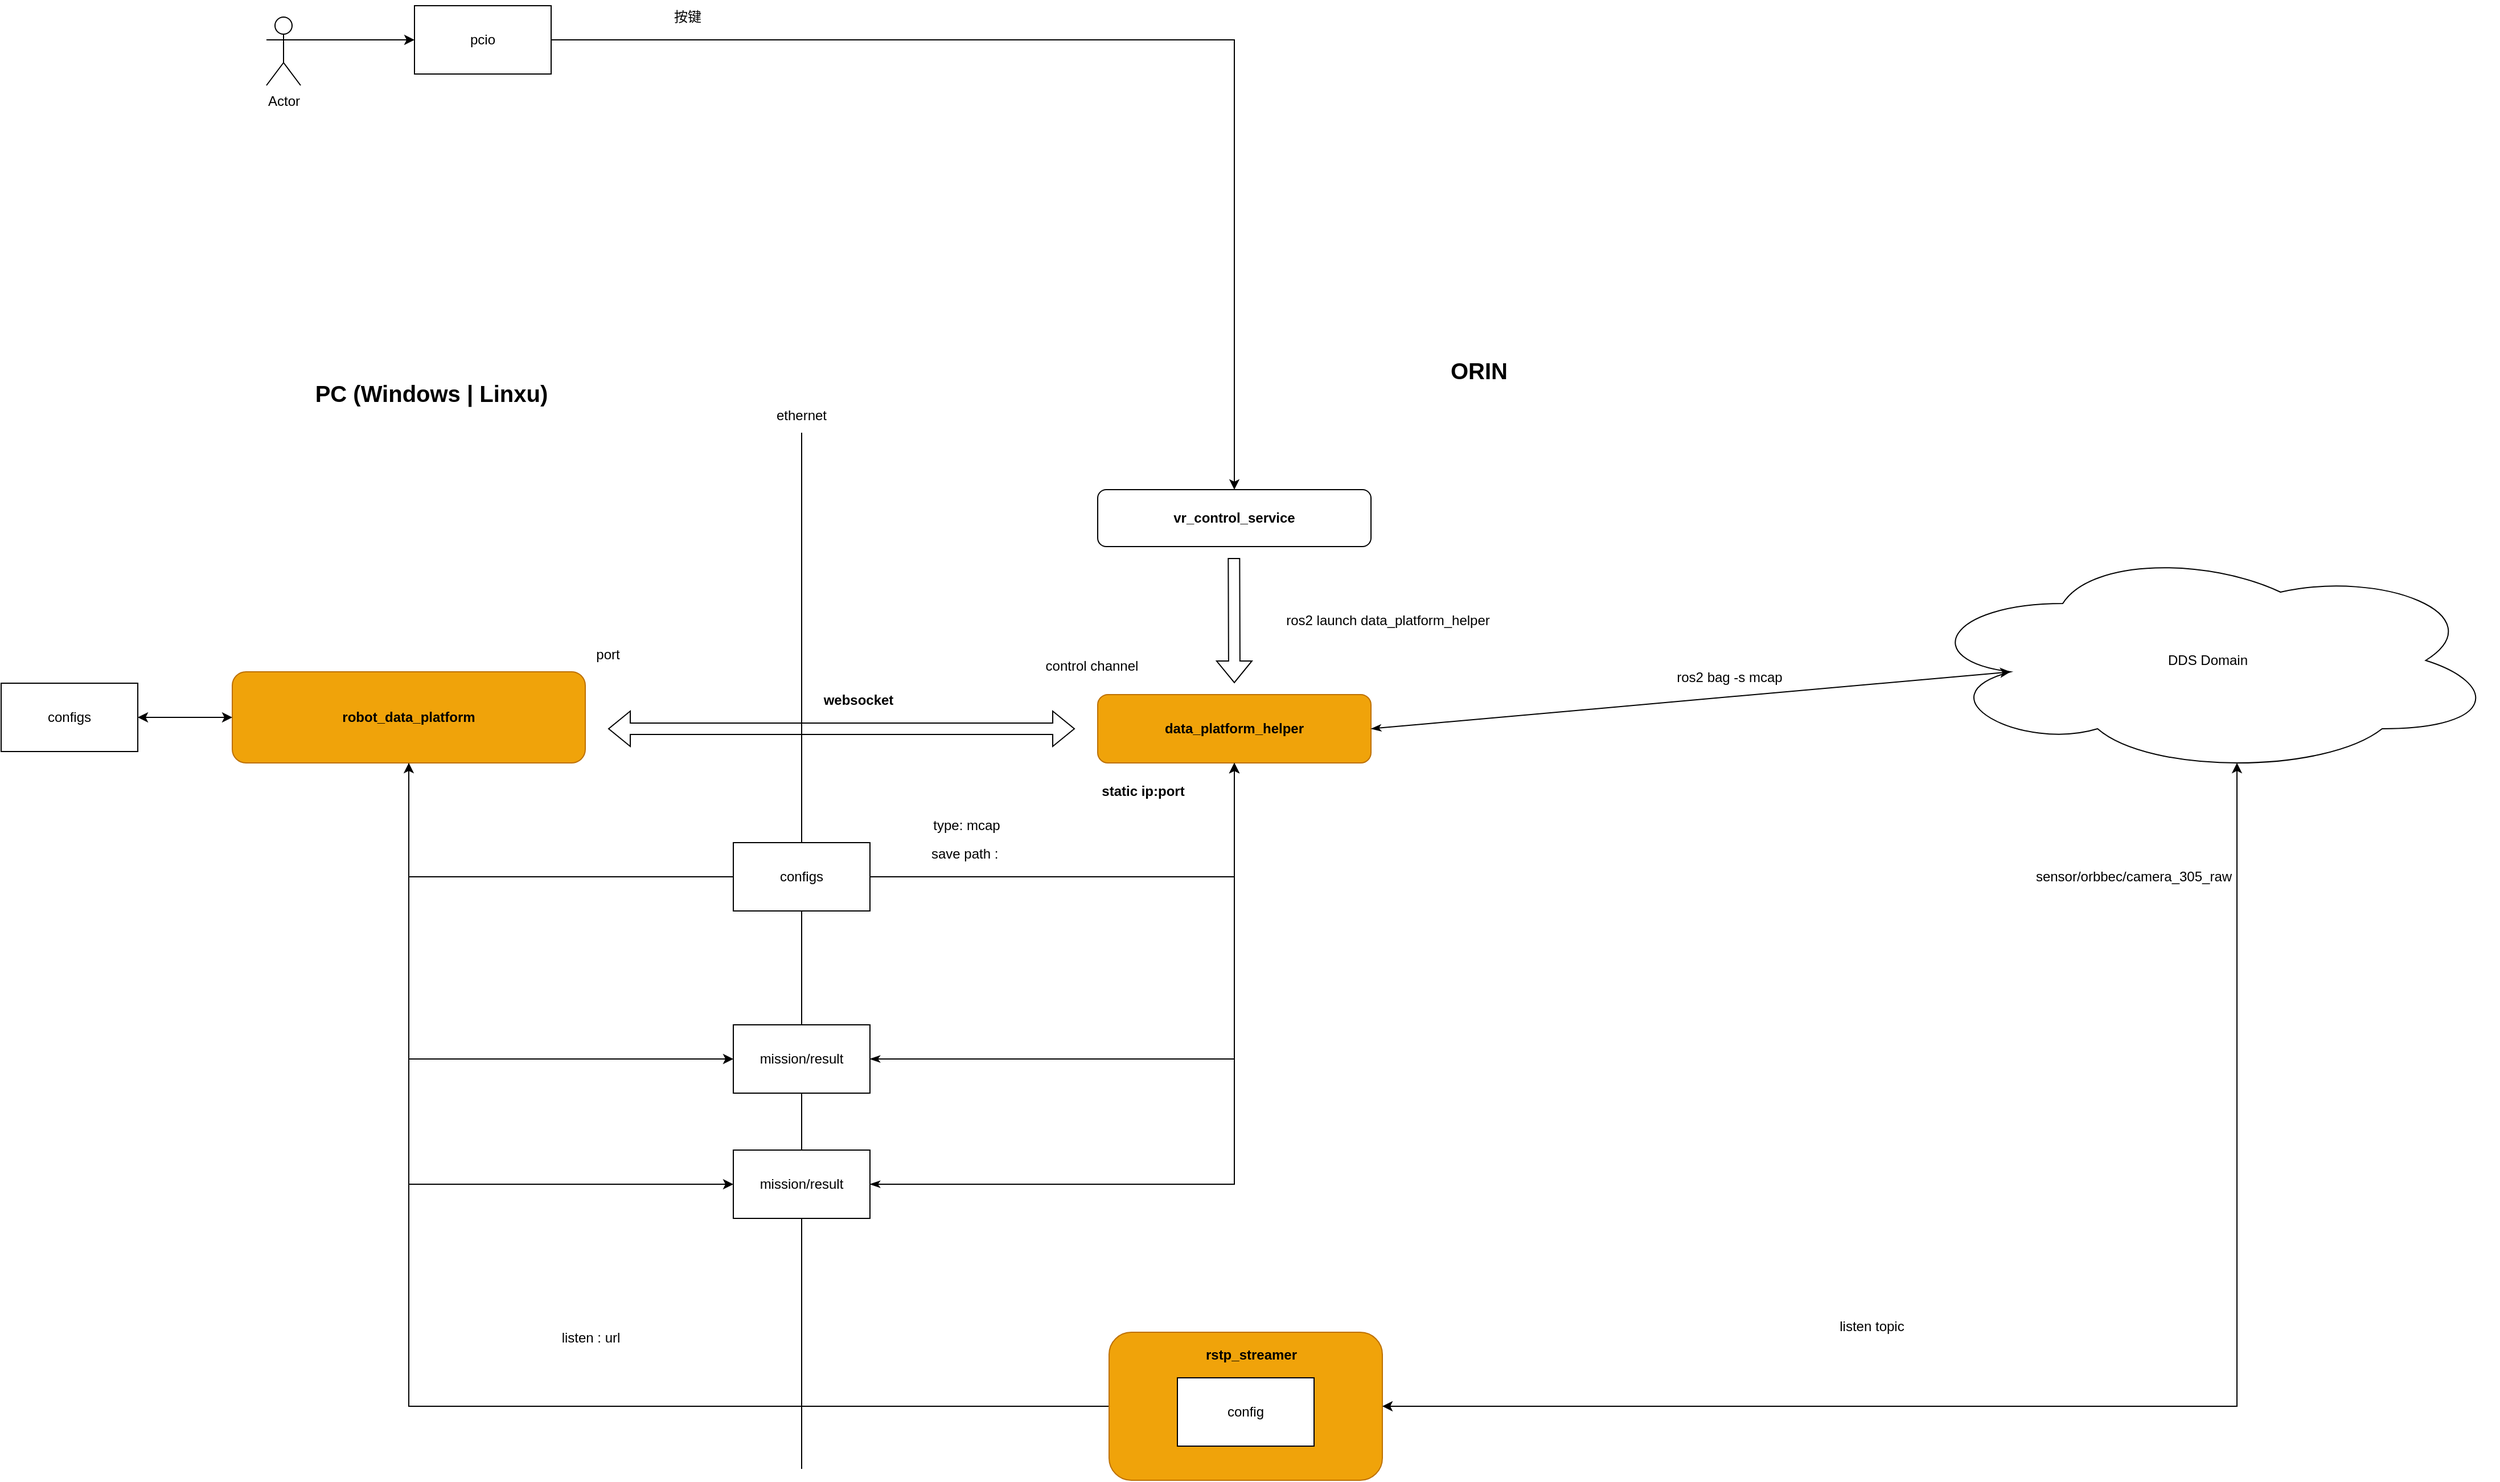
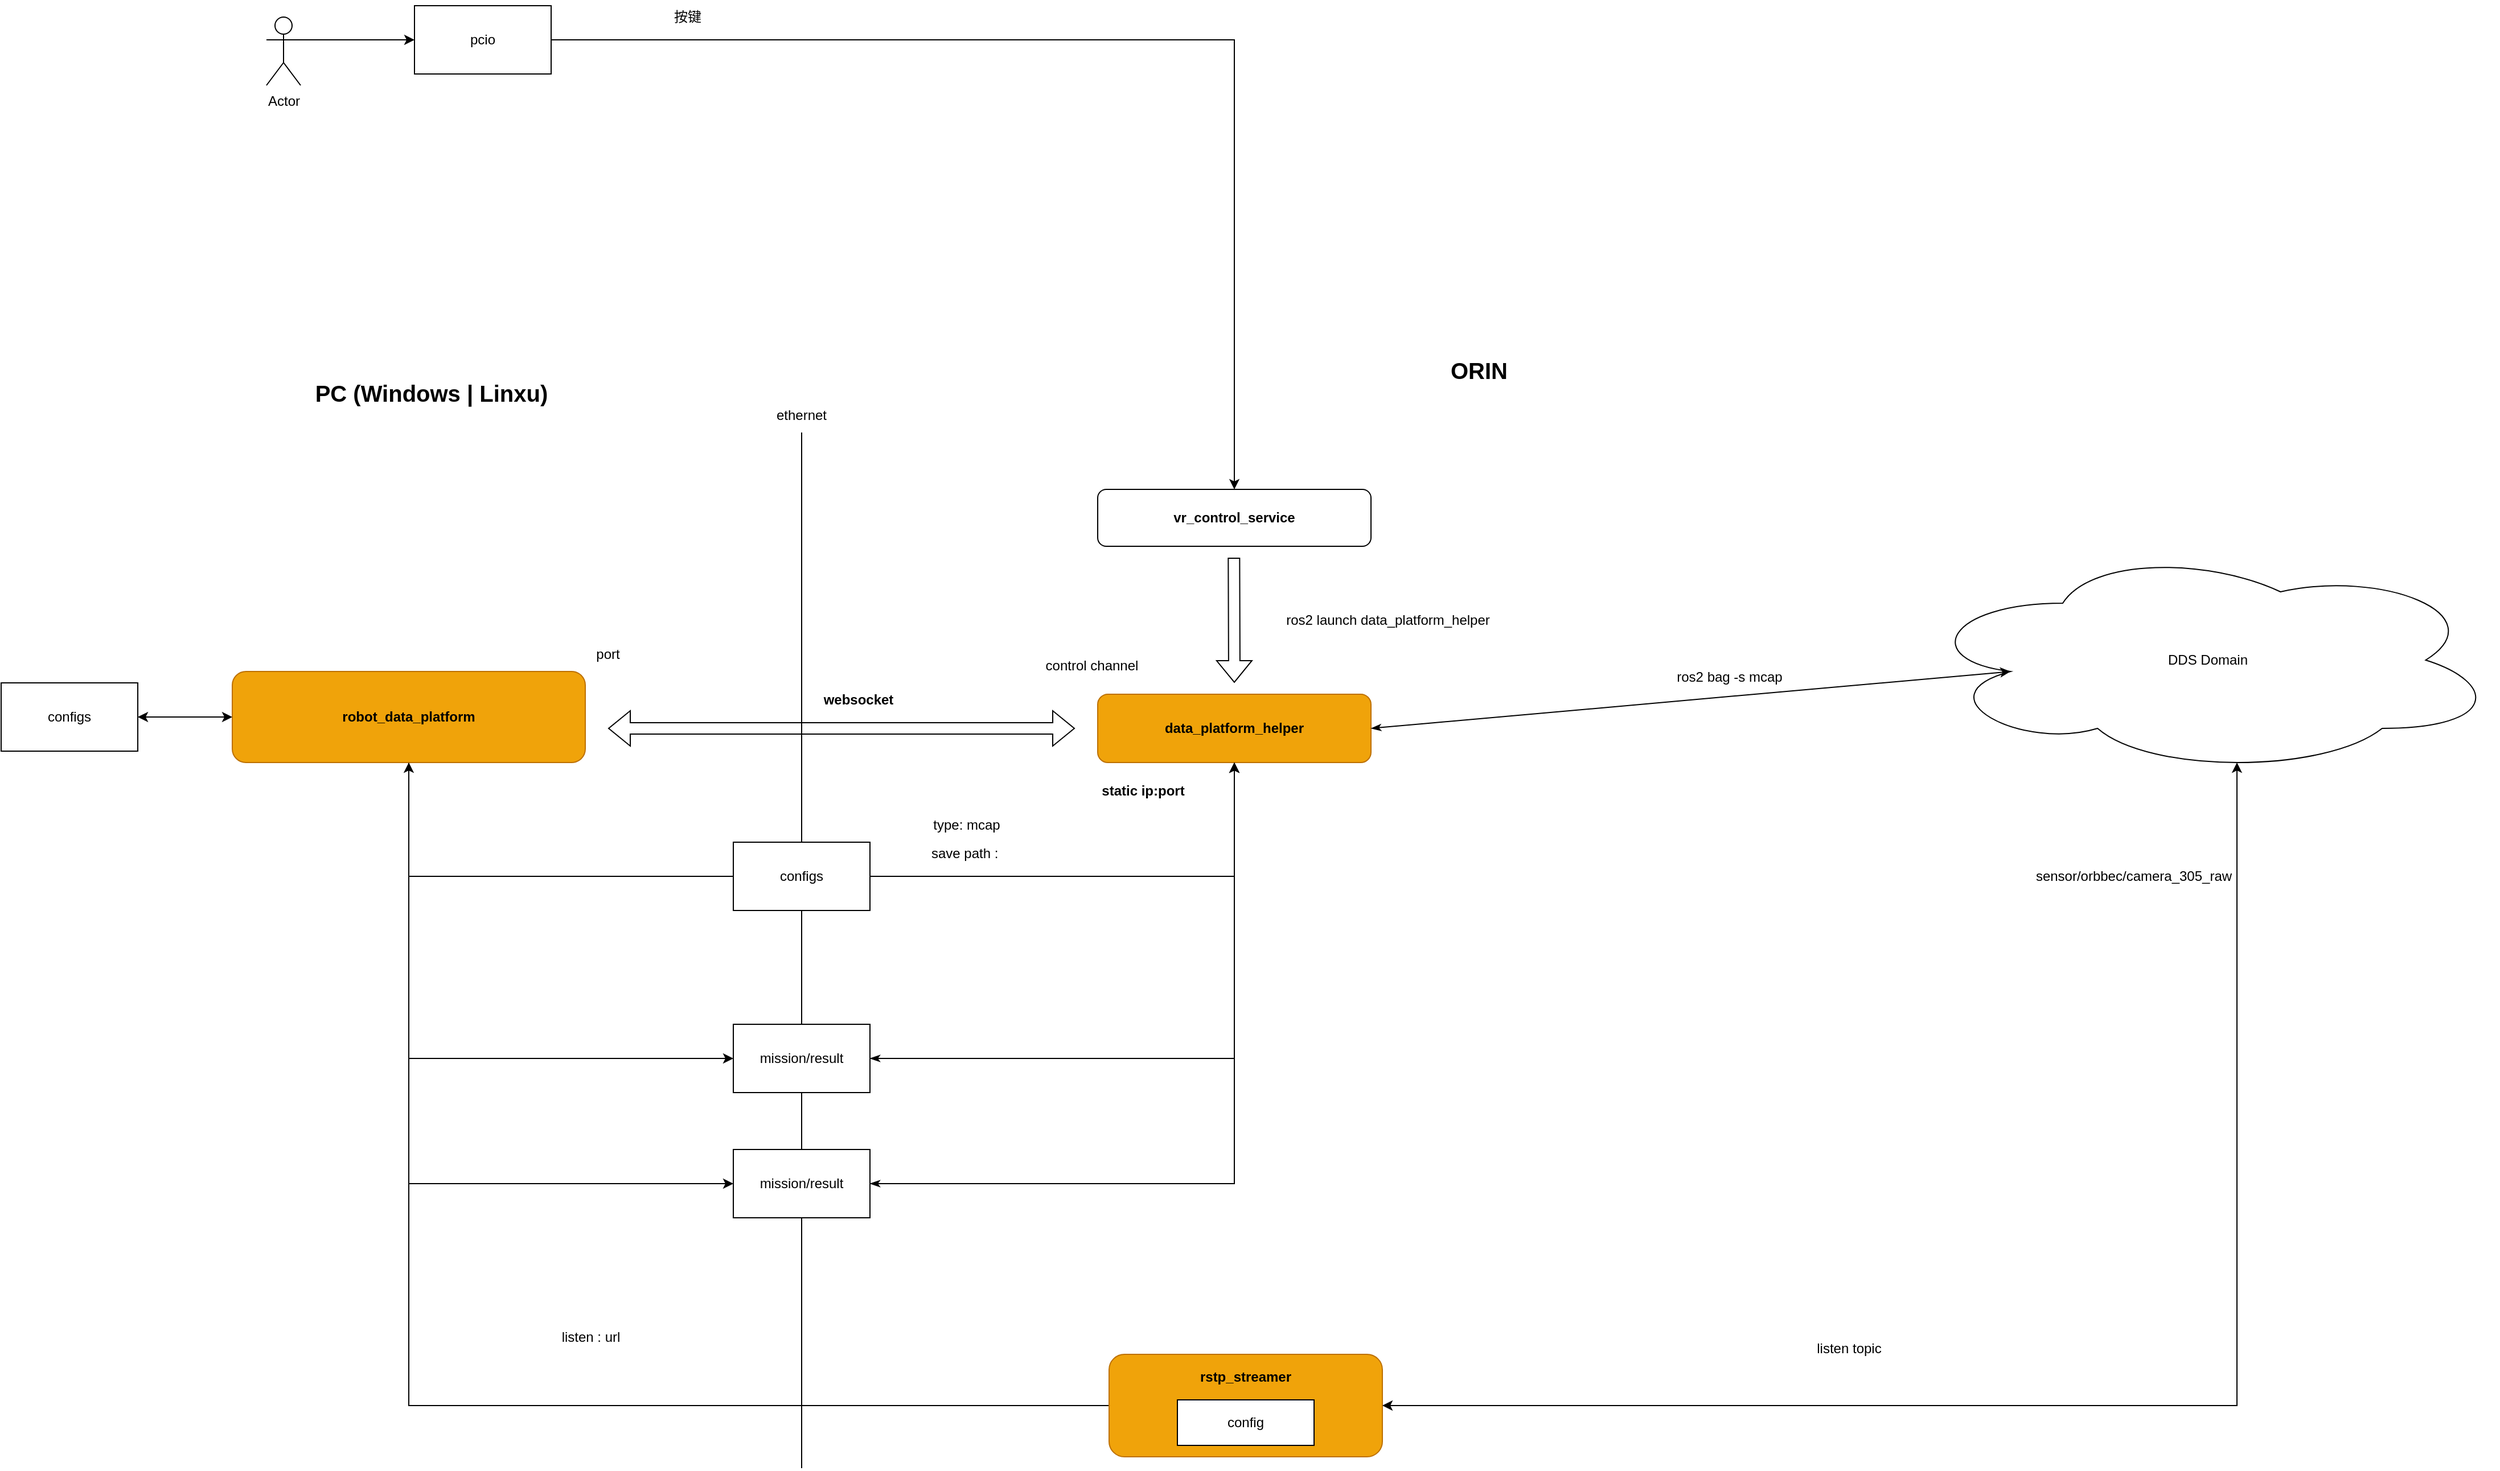
<mxfile host="app.diagrams.net" pages="2">
  <diagram name="第 1 页" id="ybuJFLsuspTRZjUBc2Sj">
    <mxGraphModel dx="2377" dy="1992" grid="1" gridSize="10" guides="1" tooltips="1" connect="1" arrows="1" fold="1" page="1" pageScale="1" pageWidth="827" pageHeight="1169" math="0" shadow="0">
      <root>
        <mxCell id="0" />
        <mxCell id="1" parent="0" />
        <mxCell id="PG_7JgB4xY41xIrBQNpI-2" parent="1" style="text;html=1;whiteSpace=wrap;strokeColor=none;fillColor=none;align=center;verticalAlign=middle;rounded=0;fontStyle=1;fontSize=20;" value="ORIN" vertex="1">
          <mxGeometry height="50" width="250" x="640" y="150" as="geometry" />
        </mxCell>
        <mxCell id="PG_7JgB4xY41xIrBQNpI-3" edge="1" parent="1" source="PG_7JgB4xY41xIrBQNpI-25" style="endArrow=none;html=1;rounded=0;" value="">
          <mxGeometry height="50" relative="1" width="50" as="geometry">
            <mxPoint x="170" y="1140" as="sourcePoint" />
            <mxPoint x="170" y="230" as="targetPoint" />
          </mxGeometry>
        </mxCell>
        <mxCell id="PG_7JgB4xY41xIrBQNpI-4" parent="1" style="rounded=1;whiteSpace=wrap;html=1;fontStyle=1;fillColor=#f0a30a;fontColor=#000000;strokeColor=#BD7000;" value="data_platform_helper" vertex="1">
          <mxGeometry height="60" width="240" x="430" y="460" as="geometry" />
        </mxCell>
        <mxCell id="PG_7JgB4xY41xIrBQNpI-6" parent="1" style="rounded=1;whiteSpace=wrap;html=1;fontStyle=1" value="vr_control_service" vertex="1">
          <mxGeometry height="50" width="240" x="430" y="280" as="geometry" />
        </mxCell>
        <mxCell id="PG_7JgB4xY41xIrBQNpI-26" edge="1" parent="1" source="PG_7JgB4xY41xIrBQNpI-7" style="edgeStyle=orthogonalEdgeStyle;rounded=0;orthogonalLoop=1;jettySize=auto;html=1;exitX=0.5;exitY=1;exitDx=0;exitDy=0;entryX=0.5;entryY=1;entryDx=0;entryDy=0;" target="PG_7JgB4xY41xIrBQNpI-4">
          <mxGeometry relative="1" as="geometry">
            <Array as="points">
              <mxPoint x="-175" y="620" />
              <mxPoint x="550" y="620" />
            </Array>
            <mxPoint x="380" y="730" as="targetPoint" />
          </mxGeometry>
        </mxCell>
        <mxCell id="PG_7JgB4xY41xIrBQNpI-33" edge="1" parent="1" source="PG_7JgB4xY41xIrBQNpI-7" style="edgeStyle=orthogonalEdgeStyle;rounded=0;orthogonalLoop=1;jettySize=auto;html=1;exitX=0.5;exitY=1;exitDx=0;exitDy=0;entryX=0;entryY=0.5;entryDx=0;entryDy=0;" target="PG_7JgB4xY41xIrBQNpI-32">
          <mxGeometry relative="1" as="geometry" />
        </mxCell>
        <mxCell id="PG_7JgB4xY41xIrBQNpI-48" edge="1" parent="1" source="PG_7JgB4xY41xIrBQNpI-7" style="edgeStyle=orthogonalEdgeStyle;rounded=0;orthogonalLoop=1;jettySize=auto;html=1;exitX=0.5;exitY=1;exitDx=0;exitDy=0;entryX=0;entryY=0.5;entryDx=0;entryDy=0;" target="PG_7JgB4xY41xIrBQNpI-38">
          <mxGeometry relative="1" as="geometry" />
        </mxCell>
        <mxCell id="PG_7JgB4xY41xIrBQNpI-7" parent="1" style="rounded=1;whiteSpace=wrap;html=1;fontStyle=1;fillColor=#f0a30a;fontColor=#000000;strokeColor=#BD7000;" value="robot_data_platform" vertex="1">
          <mxGeometry height="80" width="310" x="-330" y="440" as="geometry" />
        </mxCell>
        <mxCell id="PG_7JgB4xY41xIrBQNpI-8" parent="1" style="text;html=1;whiteSpace=wrap;strokeColor=none;fillColor=none;align=center;verticalAlign=middle;rounded=0;fontStyle=1;fontSize=20;" value="PC (Windows | Linxu)" vertex="1">
          <mxGeometry height="50" width="250" x="-280" y="170" as="geometry" />
        </mxCell>
        <mxCell id="PG_7JgB4xY41xIrBQNpI-10" edge="1" parent="1" style="shape=flexArrow;endArrow=classic;startArrow=classic;html=1;rounded=0;" value="">
          <mxGeometry height="100" relative="1" width="100" as="geometry">
            <mxPoint y="490" as="sourcePoint" />
            <mxPoint x="410" y="490" as="targetPoint" />
          </mxGeometry>
        </mxCell>
        <mxCell id="PG_7JgB4xY41xIrBQNpI-12" edge="1" parent="1" style="shape=flexArrow;endArrow=classic;html=1;rounded=0;" value="">
          <mxGeometry height="50" relative="1" width="50" as="geometry">
            <mxPoint x="549.66" y="340" as="sourcePoint" />
            <mxPoint x="550" y="450" as="targetPoint" />
          </mxGeometry>
        </mxCell>
        <mxCell id="PG_7JgB4xY41xIrBQNpI-13" parent="1" style="text;html=1;whiteSpace=wrap;strokeColor=none;fillColor=none;align=center;verticalAlign=middle;rounded=0;fontStyle=1" value="websocket" vertex="1">
          <mxGeometry height="30" width="80" x="180" y="450" as="geometry" />
        </mxCell>
        <mxCell id="PG_7JgB4xY41xIrBQNpI-14" parent="1" style="text;html=1;whiteSpace=wrap;strokeColor=none;fillColor=none;align=center;verticalAlign=middle;rounded=0;" value="ethernet" vertex="1">
          <mxGeometry height="30" width="60" x="140" y="200" as="geometry" />
        </mxCell>
        <mxCell id="PG_7JgB4xY41xIrBQNpI-18" edge="1" parent="1" source="PG_7JgB4xY41xIrBQNpI-15" style="edgeStyle=orthogonalEdgeStyle;rounded=0;orthogonalLoop=1;jettySize=auto;html=1;exitX=1;exitY=0.3333333333333333;exitDx=0;exitDy=0;exitPerimeter=0;entryX=0;entryY=0.5;entryDx=0;entryDy=0;" target="PG_7JgB4xY41xIrBQNpI-16">
          <mxGeometry relative="1" as="geometry" />
        </mxCell>
        <mxCell id="PG_7JgB4xY41xIrBQNpI-15" parent="1" style="shape=umlActor;verticalLabelPosition=bottom;verticalAlign=top;html=1;outlineConnect=0;" value="Actor" vertex="1">
          <mxGeometry height="60" width="30" x="-300" y="-135" as="geometry" />
        </mxCell>
        <mxCell id="PG_7JgB4xY41xIrBQNpI-19" edge="1" parent="1" source="PG_7JgB4xY41xIrBQNpI-16" style="edgeStyle=orthogonalEdgeStyle;rounded=0;orthogonalLoop=1;jettySize=auto;html=1;exitX=1;exitY=0.5;exitDx=0;exitDy=0;entryX=0.5;entryY=0;entryDx=0;entryDy=0;" target="PG_7JgB4xY41xIrBQNpI-6">
          <mxGeometry relative="1" as="geometry" />
        </mxCell>
        <mxCell id="PG_7JgB4xY41xIrBQNpI-16" parent="1" style="whiteSpace=wrap;html=1;" value="pcio" vertex="1">
          <mxGeometry height="60" width="120" x="-170" y="-145" as="geometry" />
        </mxCell>
        <mxCell id="PG_7JgB4xY41xIrBQNpI-20" parent="1" style="text;html=1;whiteSpace=wrap;strokeColor=none;fillColor=none;align=center;verticalAlign=middle;rounded=0;" value="ros2 launch data_platform_helper" vertex="1">
          <mxGeometry height="30" width="230" x="570" y="380" as="geometry" />
        </mxCell>
        <mxCell id="PG_7JgB4xY41xIrBQNpI-21" parent="1" style="text;html=1;whiteSpace=wrap;strokeColor=none;fillColor=none;align=center;verticalAlign=middle;rounded=0;" value="control channel" vertex="1">
          <mxGeometry height="30" width="110" x="370" y="420" as="geometry" />
        </mxCell>
        <mxCell id="PG_7JgB4xY41xIrBQNpI-22" parent="1" style="text;html=1;whiteSpace=wrap;strokeColor=none;fillColor=none;align=center;verticalAlign=middle;rounded=0;" value="port" vertex="1">
          <mxGeometry height="30" width="60" x="-30" y="410" as="geometry" />
        </mxCell>
        <mxCell id="PG_7JgB4xY41xIrBQNpI-23" parent="1" style="text;html=1;whiteSpace=wrap;strokeColor=none;fillColor=none;align=center;verticalAlign=middle;rounded=0;fontStyle=1" value="static ip:port" vertex="1">
          <mxGeometry height="30" width="100" x="420" y="530" as="geometry" />
        </mxCell>
        <mxCell id="PG_7JgB4xY41xIrBQNpI-29" parent="1" style="text;html=1;whiteSpace=wrap;strokeColor=none;fillColor=none;align=center;verticalAlign=middle;rounded=0;" value="listen topic" vertex="1">
-           <mxGeometry height="50" width="200" x="1010" y="990" as="geometry" />
+           <mxGeometry height="50" width="200" x="990" y="1010" as="geometry" />
        </mxCell>
        <mxCell id="PG_7JgB4xY41xIrBQNpI-31" parent="1" style="ellipse;shape=cloud;whiteSpace=wrap;html=1;align=center;" value="DDS Domain" vertex="1">
          <mxGeometry height="200" width="510" x="1150" y="330" as="geometry" />
        </mxCell>
        <mxCell id="PG_7JgB4xY41xIrBQNpI-34" edge="1" parent="1" source="PG_7JgB4xY41xIrBQNpI-32" style="edgeStyle=orthogonalEdgeStyle;rounded=0;orthogonalLoop=1;jettySize=auto;html=1;exitX=1;exitY=0.5;exitDx=0;exitDy=0;entryX=0.5;entryY=1;entryDx=0;entryDy=0;startArrow=classicThin;startFill=1;" target="PG_7JgB4xY41xIrBQNpI-4">
          <mxGeometry relative="1" as="geometry" />
        </mxCell>
        <mxCell id="PG_7JgB4xY41xIrBQNpI-35" edge="1" parent="1" source="PG_7JgB4xY41xIrBQNpI-4" style="endArrow=classic;html=1;rounded=0;exitX=1;exitY=0.5;exitDx=0;exitDy=0;entryX=0.16;entryY=0.55;entryDx=0;entryDy=0;entryPerimeter=0;startArrow=classicThin;startFill=1;" target="PG_7JgB4xY41xIrBQNpI-31" value="">
          <mxGeometry height="50" relative="1" width="50" as="geometry">
            <mxPoint x="810" y="570" as="sourcePoint" />
            <mxPoint x="1326" y="490" as="targetPoint" />
          </mxGeometry>
        </mxCell>
        <mxCell id="PG_7JgB4xY41xIrBQNpI-36" parent="1" style="text;html=1;whiteSpace=wrap;strokeColor=none;fillColor=none;align=center;verticalAlign=middle;rounded=0;" value="ros2 bag -s mcap" vertex="1">
          <mxGeometry height="30" width="130" x="920" y="430" as="geometry" />
        </mxCell>
        <mxCell id="PG_7JgB4xY41xIrBQNpI-37" parent="1" style="text;html=1;whiteSpace=wrap;strokeColor=none;fillColor=none;align=center;verticalAlign=middle;rounded=0;" value="save path :&amp;nbsp;" vertex="1">
          <mxGeometry height="30" width="130" x="250" y="585" as="geometry" />
        </mxCell>
        <mxCell id="PG_7JgB4xY41xIrBQNpI-40" edge="1" parent="1" source="PG_7JgB4xY41xIrBQNpI-39" style="edgeStyle=orthogonalEdgeStyle;rounded=0;orthogonalLoop=1;jettySize=auto;html=1;startArrow=classic;startFill=1;" target="PG_7JgB4xY41xIrBQNpI-7" value="">
          <mxGeometry relative="1" as="geometry" />
        </mxCell>
        <mxCell id="PG_7JgB4xY41xIrBQNpI-39" parent="1" style="whiteSpace=wrap;html=1;" value="configs" vertex="1">
          <mxGeometry height="60" width="120" x="-533" y="450" as="geometry" />
        </mxCell>
        <mxCell id="PG_7JgB4xY41xIrBQNpI-41" edge="1" parent="1" style="endArrow=none;html=1;rounded=0;" target="PG_7JgB4xY41xIrBQNpI-25" value="">
          <mxGeometry height="50" relative="1" width="50" as="geometry">
            <mxPoint x="170" y="1140" as="sourcePoint" />
            <mxPoint x="170" y="230" as="targetPoint" />
          </mxGeometry>
        </mxCell>
        <mxCell id="PG_7JgB4xY41xIrBQNpI-25" parent="1" style="whiteSpace=wrap;html=1;" value="configs" vertex="1">
          <mxGeometry height="60" width="120" x="110" y="590" as="geometry" />
        </mxCell>
        <mxCell id="PG_7JgB4xY41xIrBQNpI-32" parent="1" style="rounded=0;whiteSpace=wrap;html=1;" value="mission/result" vertex="1">
          <mxGeometry height="60" width="120" x="110" y="750" as="geometry" />
        </mxCell>
        <mxCell id="PG_7JgB4xY41xIrBQNpI-49" edge="1" parent="1" source="PG_7JgB4xY41xIrBQNpI-38" style="edgeStyle=orthogonalEdgeStyle;rounded=0;orthogonalLoop=1;jettySize=auto;html=1;exitX=1;exitY=0.5;exitDx=0;exitDy=0;entryX=0.5;entryY=1;entryDx=0;entryDy=0;startArrow=classicThin;startFill=1;" target="PG_7JgB4xY41xIrBQNpI-4">
          <mxGeometry relative="1" as="geometry" />
        </mxCell>
        <mxCell id="PG_7JgB4xY41xIrBQNpI-38" parent="1" style="rounded=0;whiteSpace=wrap;html=1;" value="mission/result" vertex="1">
          <mxGeometry height="60" width="120" x="110" y="860" as="geometry" />
        </mxCell>
        <mxCell id="PG_7JgB4xY41xIrBQNpI-42" parent="1" style="text;html=1;whiteSpace=wrap;strokeColor=none;fillColor=none;align=center;verticalAlign=middle;rounded=0;" value="按键" vertex="1">
          <mxGeometry height="30" width="60" x="40" y="-150" as="geometry" />
        </mxCell>
        <mxCell id="PG_7JgB4xY41xIrBQNpI-44" edge="1" parent="1" source="PG_7JgB4xY41xIrBQNpI-43" style="edgeStyle=orthogonalEdgeStyle;rounded=0;orthogonalLoop=1;jettySize=auto;html=1;exitX=0;exitY=0.5;exitDx=0;exitDy=0;entryX=0.5;entryY=1;entryDx=0;entryDy=0;" target="PG_7JgB4xY41xIrBQNpI-7">
          <mxGeometry relative="1" as="geometry" />
        </mxCell>
        <mxCell id="PG_7JgB4xY41xIrBQNpI-43" parent="1" style="rounded=1;whiteSpace=wrap;html=1;fontStyle=1;fillColor=#f0a30a;fontColor=#000000;strokeColor=#BD7000;" value="" vertex="1">
-           <mxGeometry height="130" width="240" x="440" y="1020" as="geometry" />
+           <mxGeometry height="90" width="240" x="440" y="1040" as="geometry" />
        </mxCell>
        <mxCell id="PG_7JgB4xY41xIrBQNpI-45" edge="1" parent="1" source="PG_7JgB4xY41xIrBQNpI-43" style="edgeStyle=orthogonalEdgeStyle;rounded=0;orthogonalLoop=1;jettySize=auto;html=1;exitX=1;exitY=0.5;exitDx=0;exitDy=0;entryX=0.55;entryY=0.95;entryDx=0;entryDy=0;entryPerimeter=0;startArrow=classic;startFill=1;" target="PG_7JgB4xY41xIrBQNpI-31">
          <mxGeometry relative="1" as="geometry" />
        </mxCell>
        <mxCell id="PG_7JgB4xY41xIrBQNpI-53" parent="1" style="text;html=1;whiteSpace=wrap;strokeColor=none;fillColor=none;align=center;verticalAlign=middle;rounded=0;" value="type: mcap" vertex="1">
          <mxGeometry height="30" width="120" x="255" y="560" as="geometry" />
        </mxCell>
        <mxCell id="PG_7JgB4xY41xIrBQNpI-54" parent="1" style="text;html=1;whiteSpace=wrap;strokeColor=none;fillColor=none;align=center;verticalAlign=middle;rounded=0;" value="listen : url" vertex="1">
          <mxGeometry height="40" width="90" x="-60" y="1005" as="geometry" />
        </mxCell>
        <mxCell id="PG_7JgB4xY41xIrBQNpI-55" parent="1" style="text;html=1;whiteSpace=wrap;strokeColor=none;fillColor=none;align=center;verticalAlign=middle;rounded=0;" value="sensor/orbbec/camera_305_raw" vertex="1">
          <mxGeometry height="40" width="180" x="1250" y="600" as="geometry" />
        </mxCell>
        <mxCell id="PG_7JgB4xY41xIrBQNpI-56" parent="1" style="whiteSpace=wrap;html=1;" value="config" vertex="1">
-           <mxGeometry height="60" width="120" x="500" y="1060" as="geometry" />
+           <mxGeometry height="40" width="120" x="500" y="1080" as="geometry" />
        </mxCell>
        <mxCell id="PG_7JgB4xY41xIrBQNpI-60" parent="1" style="text;html=1;whiteSpace=wrap;strokeColor=none;fillColor=none;align=center;verticalAlign=middle;rounded=0;fontStyle=1" value="rstp_streamer" vertex="1">
-           <mxGeometry height="40" width="130" x="500" y="1020" as="geometry" />
+           <mxGeometry height="40" width="130" x="495" y="1040" as="geometry" />
        </mxCell>
      </root>
    </mxGraphModel>
  </diagram>
  <diagram id="ERyvKfnW-TPwMhuBreaX" name="第 2 页">
    <mxGraphModel dx="1122" dy="596" grid="1" gridSize="10" guides="1" tooltips="1" connect="1" arrows="1" fold="1" page="1" pageScale="1" pageWidth="827" pageHeight="1169" math="0" shadow="0">
      <root>
        <mxCell id="0" />
        <mxCell id="1" parent="0" />
        <mxCell id="Lt_kapkQ0GCsb_hZqIK--1" parent="1" style="rounded=1;whiteSpace=wrap;html=1;" value="" vertex="1">
          <mxGeometry height="60" width="120" x="40" y="280" as="geometry" />
        </mxCell>
      </root>
    </mxGraphModel>
  </diagram>
</mxfile>
